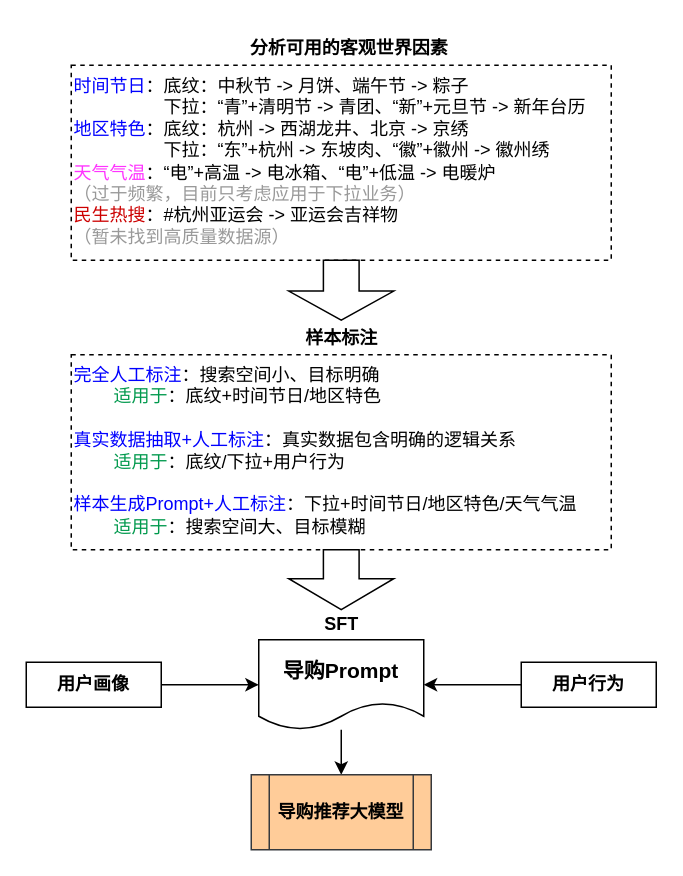
The draw.io diagram page "整体工作流程" (1 of 2) of Other_img/客观环境LLM建设图.drawio in cheungwoonming/picx-images-hosting, before the edit. Source tidied: cells renumbered, new cells numbered last; positions are measured from the earlier drawing's top-left corner, leaving out a move shared by most shapes. Both pictures are drawn from the tidied source at 150%, with x=0, y=0 at pixel (26, 26).
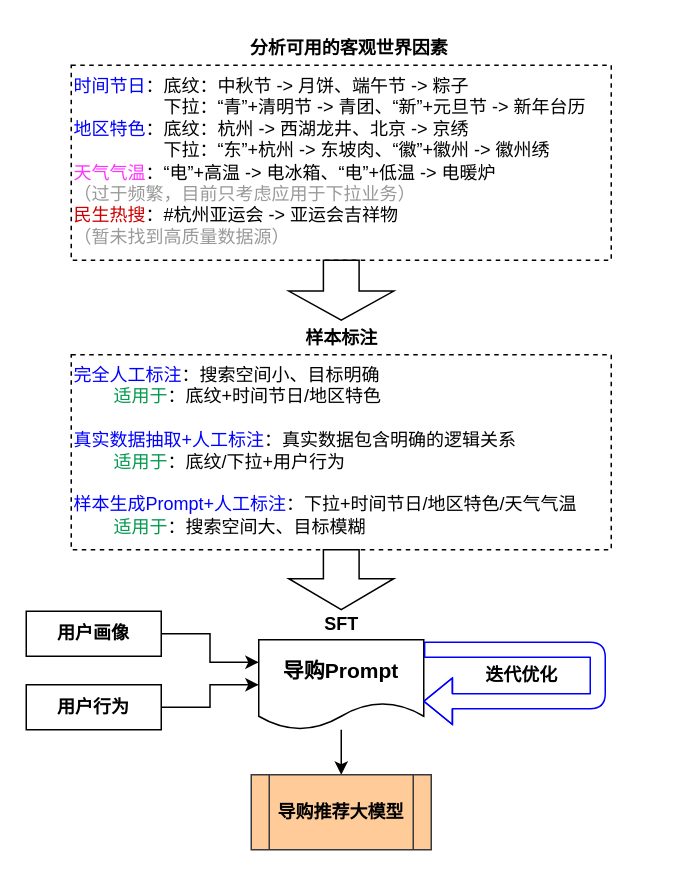
The same diagram, later.

Commit message:
更新客观环境LLM建设图.drawio

Unchanged cells that the change refers to:
```xml
<mxCell id="13" value="&lt;b&gt;&lt;font style=&quot;font-size: 14px;&quot;&gt;导购Prompt&lt;/font&gt;&lt;/b&gt;" style="shape=document;whiteSpace=wrap;html=1;boundedLbl=1;" parent="1" vertex="1">
  <mxGeometry x="155" y="409" width="110" height="60" as="geometry" />
</mxCell>
```

Diff of the diagram source:
```diff
@@
-    <mxCell id="8" style="edgeStyle=orthogonalEdgeStyle;rounded=0;jettySize=auto;html=1;exitX=1;exitY=0.5;exitDx=0;exitDy=0;entryX=0;entryY=0.5;entryDx=0;entryDy=0;" parent="1" edge="1" source="9">
-      <mxGeometry relative="1" as="geometry">
-        <mxPoint x="155" y="439" as="targetPoint" />
-      </mxGeometry>
-    </mxCell>
+    <mxCell id="16" style="edgeStyle=orthogonalEdgeStyle;rounded=0;jettySize=auto;html=1;entryX=0;entryY=0.25;entryDx=0;entryDy=0;" parent="1" edge="1" source="9" target="13">
+      <mxGeometry relative="1" as="geometry" />
+    </mxCell>
     <mxCell id="9" value="&lt;b&gt;用户画像&lt;/b&gt;" style="rounded=0;whiteSpace=wrap;html=1;" parent="1" vertex="1">
-      <mxGeometry y="424" width="90" height="30" as="geometry" />
+      <mxGeometry y="390" width="90" height="30" as="geometry" />
     </mxCell>
-    <mxCell id="10" style="edgeStyle=orthogonalEdgeStyle;rounded=0;jettySize=auto;html=1;exitX=0;exitY=0.5;exitDx=0;exitDy=0;entryX=1;entryY=0.5;entryDx=0;entryDy=0;" parent="1" edge="1" source="11">
-      <mxGeometry relative="1" as="geometry">
-        <mxPoint x="265" y="439" as="targetPoint" />
-      </mxGeometry>
-    </mxCell>
+    <mxCell id="17" style="edgeStyle=orthogonalEdgeStyle;rounded=0;jettySize=auto;html=1;entryX=0;entryY=0.5;entryDx=0;entryDy=0;" parent="1" edge="1" source="11" target="13">
+      <mxGeometry relative="1" as="geometry" />
+    </mxCell>
     <mxCell id="11" value="&lt;b&gt;用户行为&lt;/b&gt;" style="rounded=0;whiteSpace=wrap;html=1;" parent="1" vertex="1">
-      <mxGeometry x="330" y="424" width="90" height="30" as="geometry" />
+      <mxGeometry y="439" width="90" height="30" as="geometry" />
     </mxCell>
@@
+    <mxCell id="18" style="edgeStyle=orthogonalEdgeStyle;orthogonalLoop=1;jettySize=auto;html=1;exitX=0.992;exitY=0.112;exitDx=0;exitDy=0;exitPerimeter=0;entryX=0.987;entryY=0.683;entryDx=0;entryDy=0;entryPerimeter=0;strokeColor=#0000FF;rounded=1;shape=flexArrow;shadow=0;" parent="1" edge="1">
+      <mxGeometry relative="1" as="geometry">
+        <mxPoint x="265.1" y="415.7" as="sourcePoint" />
+        <mxPoint x="264.6" y="450" as="targetPoint" />
+        <Array as="points">
+          <mxPoint x="381" y="416" />
+          <mxPoint x="381" y="450" />
+        </Array>
+      </mxGeometry>
+    </mxCell>
+    <mxCell id="19" value="&lt;b&gt;迭代优化&lt;/b&gt;" style="text;html=1;align=center;verticalAlign=middle;strokeColor=none;fillColor=none;" parent="1" vertex="1">
+      <mxGeometry x="295" y="418" width="70" height="30" as="geometry" />
+    </mxCell>
```
